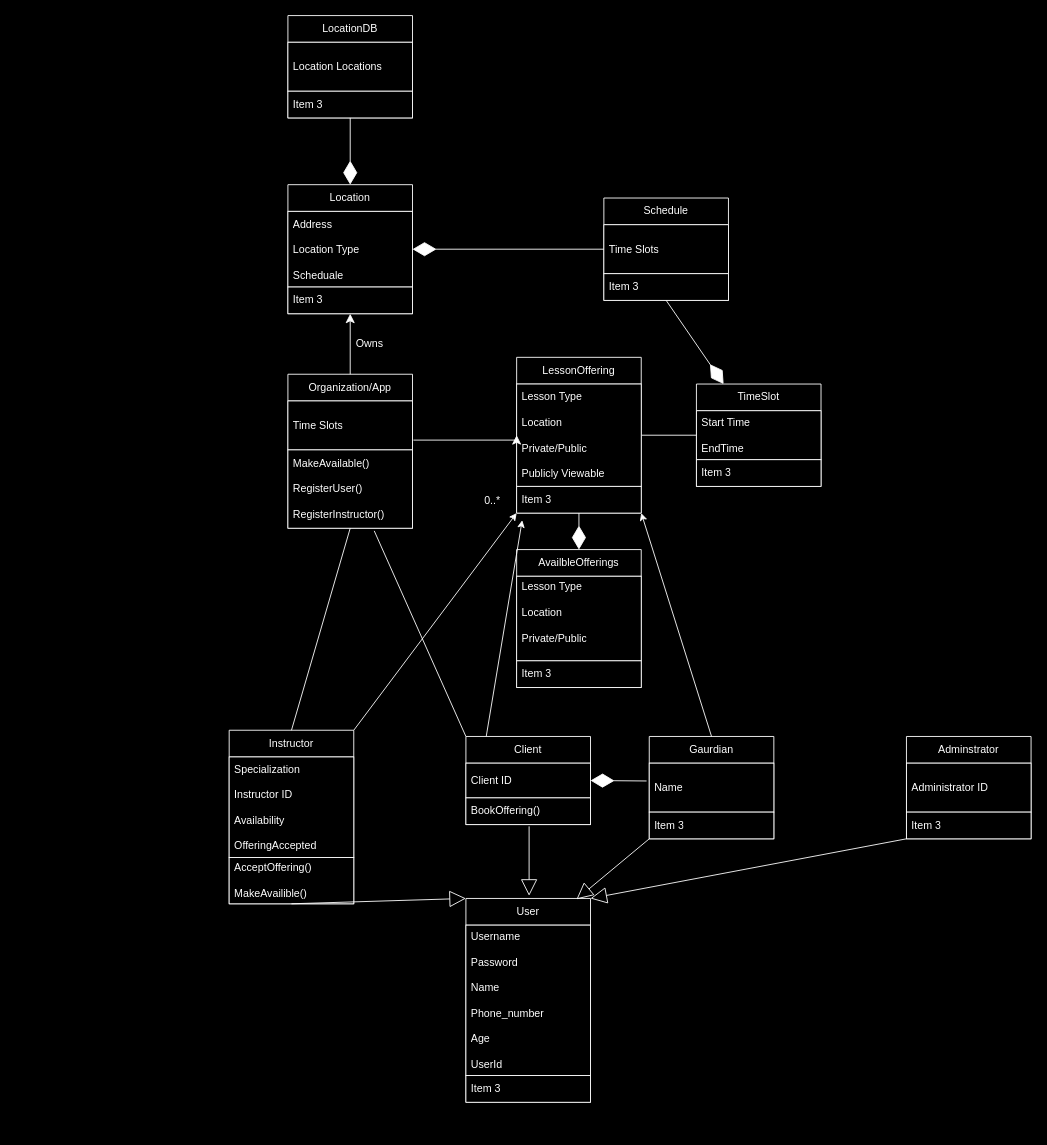
Above: class_diagram.drawio in matdavid7272/342project (draw.io), before the change. Source tidied: cells renumbered, new cells numbered last; positions are measured from the earlier drawing's top-left corner, leaving out a move shared by most shapes. Both pictures are drawn from the tidied source at 89%, with x=0, y=0 at pixel (229, 15).
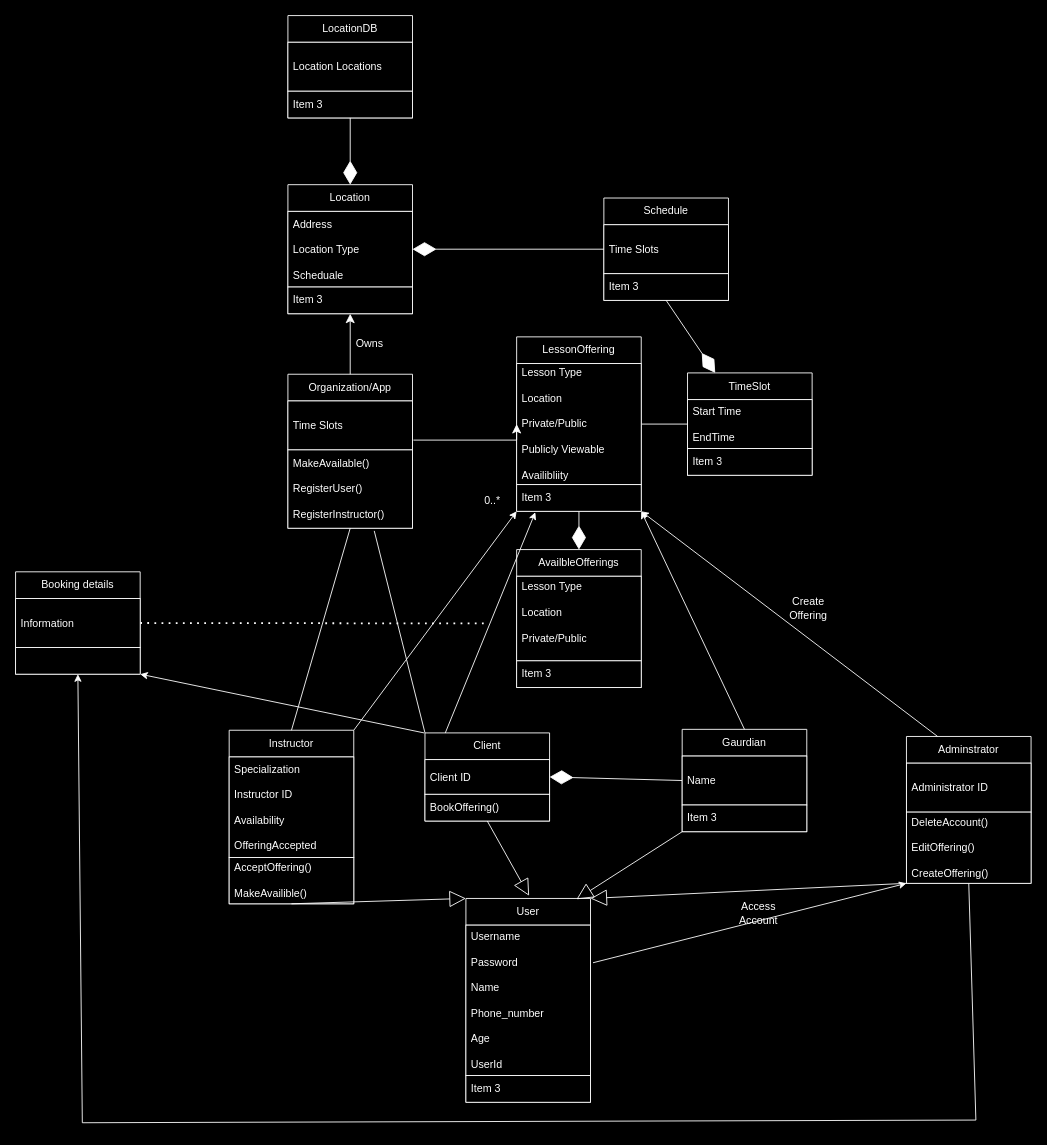
The same diagram, later.

The change refers to these unchanged cells:
```xml
<mxCell id="3" value="&lt;font color=&quot;#ffffff&quot;&gt;Username&lt;/font&gt;&lt;div&gt;&lt;font color=&quot;#ffffff&quot;&gt;&lt;br&gt;&lt;/font&gt;&lt;div&gt;&lt;font color=&quot;#ffffff&quot;&gt;Password&lt;/font&gt;&lt;/div&gt;&lt;/div&gt;&lt;div&gt;&lt;font color=&quot;#ffffff&quot;&gt;&lt;br&gt;&lt;/font&gt;&lt;/div&gt;&lt;div&gt;&lt;font color=&quot;#ffffff&quot;&gt;Name&lt;/font&gt;&lt;/div&gt;&lt;div&gt;&lt;font color=&quot;#ffffff&quot;&gt;&lt;br&gt;&lt;/font&gt;&lt;/div&gt;&lt;div&gt;&lt;font color=&quot;#ffffff&quot;&gt;Phone_number&lt;/font&gt;&lt;/div&gt;&lt;div&gt;&lt;font color=&quot;#ffffff&quot;&gt;&lt;br&gt;&lt;/font&gt;&lt;/div&gt;&lt;div&gt;&lt;font color=&quot;#ffffff&quot;&gt;Age&lt;/font&gt;&lt;/div&gt;&lt;div&gt;&lt;font color=&quot;#ffffff&quot;&gt;&lt;br&gt;&lt;/font&gt;&lt;/div&gt;&lt;div&gt;&lt;font color=&quot;#ffffff&quot;&gt;UserId&lt;/font&gt;&lt;/div&gt;" style="text;strokeColor=#FFFFFF;fillColor=#000000;align=left;verticalAlign=middle;spacingLeft=4;spacingRight=4;overflow=hidden;points=[[0,0.5],[1,0.5]];portConstraint=eastwest;whiteSpace=wrap;html=1;" parent="2" vertex="1">
  <mxGeometry y="30" width="140" height="169" as="geometry" />
</mxCell>
<mxCell id="19" value="&lt;font color=&quot;#ffffff&quot;&gt;Name&lt;/font&gt;" style="text;strokeColor=#FFFFFF;fillColor=#000000;align=left;verticalAlign=middle;spacingLeft=4;spacingRight=4;overflow=hidden;points=[[0,0.5],[1,0.5]];portConstraint=eastwest;whiteSpace=wrap;html=1;" parent="18" vertex="1">
  <mxGeometry y="30" width="140" height="55" as="geometry" />
</mxCell>
<mxCell id="48" value="&lt;font style=&quot;background-color: rgb(0, 0, 0);&quot; color=&quot;#ffffff&quot;&gt;0..*&lt;/font&gt;" style="text;whiteSpace=wrap;html=1;" parent="1" vertex="1">
  <mxGeometry x="285" y="531" width="59" height="36" as="geometry" />
</mxCell>
```

Change to the diagram source:
```diff
@@
     <mxCell id="5" value="&lt;font color=&quot;#ffffff&quot;&gt;Client&lt;/font&gt;" style="swimlane;fontStyle=0;horizontal=1;startSize=30;whiteSpace=wrap;html=1;strokeColor=#FFFFFF;fillColor=#000000;" parent="1" vertex="1">
-      <mxGeometry x="266" y="810" width="140" height="99" as="geometry" />
+      <mxGeometry x="220" y="806" width="140" height="99" as="geometry" />
     </mxCell>
@@
-    <mxCell id="8" style="endArrow=block;endSize=16;endFill=0;html=1;rounded=0;entryX=0.5;entryY=0;entryDx=0;entryDy=0;exitX=0.5;exitY=1;exitDx=0;exitDy=0;strokeColor=#FFFFFF;" parent="1" edge="1">
+    <mxCell id="8" style="endArrow=block;endSize=16;endFill=0;html=1;rounded=0;entryX=0.5;entryY=0;entryDx=0;entryDy=0;exitX=0.5;exitY=1;exitDx=0;exitDy=0;strokeColor=#FFFFFF;" parent="1" edge="1" source="5">
       <mxGeometry relative="1" as="geometry">
-        <mxPoint x="337" y="911" as="sourcePoint" />
         <mxPoint x="337" y="989" as="targetPoint" />
       </mxGeometry>
     </mxCell>
@@
     <mxCell id="13" value="&lt;font color=&quot;#ffffff&quot;&gt;Adminstrator&lt;/font&gt;" style="swimlane;fontStyle=0;horizontal=1;startSize=30;whiteSpace=wrap;html=1;strokeColor=#FFFFFF;fillColor=#000000;" parent="1" vertex="1">
-      <mxGeometry x="761" y="810" width="140" height="115" as="geometry" />
+      <mxGeometry x="761" y="810" width="140" height="165" as="geometry" />
     </mxCell>
@@
-    <mxCell id="15" value="&lt;font style=&quot;background-color: rgb(0, 0, 0);&quot; color=&quot;#ffffff&quot;&gt;Item 3&lt;/font&gt;" style="text;strokeColor=#FFFFFF;fillColor=#000000;align=left;verticalAlign=middle;spacingLeft=4;spacingRight=4;overflow=hidden;whiteSpace=wrap;html=1;" parent="13" vertex="1">
-      <mxGeometry y="85" width="140" height="30" as="geometry" />
+    <mxCell id="15" value="&lt;font style=&quot;background-color: rgb(0, 0, 0);&quot; color=&quot;#ffffff&quot;&gt;DeleteAccount()&lt;/font&gt;&lt;div&gt;&lt;font style=&quot;background-color: rgb(0, 0, 0);&quot; color=&quot;#ffffff&quot;&gt;&lt;br&gt;&lt;/font&gt;&lt;/div&gt;&lt;div&gt;&lt;font style=&quot;background-color: rgb(0, 0, 0);&quot; color=&quot;#ffffff&quot;&gt;EditOffering()&lt;/font&gt;&lt;/div&gt;&lt;div&gt;&lt;font style=&quot;background-color: rgb(0, 0, 0);&quot; color=&quot;#ffffff&quot;&gt;&lt;br&gt;&lt;/font&gt;&lt;/div&gt;&lt;div&gt;&lt;font style=&quot;background-color: rgb(0, 0, 0);&quot; color=&quot;#ffffff&quot;&gt;CreateOffering()&lt;/font&gt;&lt;/div&gt;" style="text;strokeColor=#FFFFFF;fillColor=#000000;align=left;verticalAlign=middle;spacingLeft=4;spacingRight=4;overflow=hidden;whiteSpace=wrap;html=1;" parent="13" vertex="1">
+      <mxGeometry y="85" width="140" height="80" as="geometry" />
     </mxCell>
@@
-    <mxCell id="17" style="endArrow=diamondThin;endFill=1;endSize=24;html=1;rounded=0;entryX=1;entryY=0.5;entryDx=0;entryDy=0;strokeColor=#FFFFFF;" parent="1" edge="1" target="5">
-      <mxGeometry relative="1" as="geometry">
-        <mxPoint x="469" y="860" as="sourcePoint" />
-      </mxGeometry>
+    <mxCell id="17" style="endArrow=diamondThin;endFill=1;endSize=24;html=1;rounded=0;entryX=1;entryY=0.5;entryDx=0;entryDy=0;strokeColor=#FFFFFF;exitX=0;exitY=0.5;exitDx=0;exitDy=0;" parent="1" edge="1" source="19" target="5">
+      <mxGeometry relative="1" as="geometry" />
     </mxCell>
     <mxCell id="18" value="&lt;font color=&quot;#ffffff&quot;&gt;Gaurdian&lt;/font&gt;" style="swimlane;fontStyle=0;horizontal=1;startSize=30;whiteSpace=wrap;html=1;strokeColor=#FFFFFF;fillColor=#000000;" parent="1" vertex="1">
-      <mxGeometry x="472" y="810" width="140" height="115" as="geometry" />
+      <mxGeometry x="509" y="802" width="140" height="115" as="geometry" />
     </mxCell>
@@
     <mxCell id="38" value="&lt;font color=&quot;#ffffff&quot;&gt;TimeSlot&lt;/font&gt;" style="swimlane;fontStyle=0;horizontal=1;startSize=30;whiteSpace=wrap;html=1;strokeColor=#FFFFFF;fillColor=#000000;" parent="1" vertex="1">
-      <mxGeometry x="525" y="414" width="140" height="115" as="geometry" />
+      <mxGeometry x="515" y="401.5" width="140" height="115" as="geometry" />
     </mxCell>
@@
     <mxCell id="42" value="&lt;font color=&quot;#ffffff&quot;&gt;LessonOffering&lt;/font&gt;" style="swimlane;fontStyle=0;horizontal=1;startSize=30;whiteSpace=wrap;html=1;strokeColor=#FFFFFF;fillColor=#000000;" parent="1" vertex="1">
-      <mxGeometry x="323" y="384" width="140" height="175" as="geometry" />
+      <mxGeometry x="323" y="361" width="140" height="196" as="geometry" />
     </mxCell>
-    <mxCell id="43" value="&lt;font color=&quot;#ffffff&quot;&gt;Lesson Type&lt;/font&gt;&lt;div&gt;&lt;font color=&quot;#ffffff&quot;&gt;&lt;br&gt;&lt;/font&gt;&lt;/div&gt;&lt;div&gt;&lt;font color=&quot;#ffffff&quot;&gt;Location&lt;/font&gt;&lt;/div&gt;&lt;div&gt;&lt;font color=&quot;#ffffff&quot;&gt;&lt;br&gt;&lt;/font&gt;&lt;/div&gt;&lt;div&gt;&lt;font color=&quot;#ffffff&quot;&gt;Private/Public&lt;/font&gt;&lt;/div&gt;&lt;div&gt;&lt;font color=&quot;#ffffff&quot;&gt;&lt;br&gt;&lt;/font&gt;&lt;/div&gt;&lt;div&gt;&lt;font color=&quot;#ffffff&quot;&gt;Publicly Viewable&lt;/font&gt;&lt;/div&gt;" style="text;strokeColor=#FFFFFF;fillColor=#000000;align=left;verticalAlign=middle;spacingLeft=4;spacingRight=4;overflow=hidden;points=[[0,0.5],[1,0.5]];portConstraint=eastwest;whiteSpace=wrap;html=1;" parent="42" vertex="1">
-      <mxGeometry y="30" width="140" height="115" as="geometry" />
+    <mxCell id="43" value="&lt;font color=&quot;#ffffff&quot;&gt;Lesson Type&lt;/font&gt;&lt;div&gt;&lt;font color=&quot;#ffffff&quot;&gt;&lt;br&gt;&lt;/font&gt;&lt;/div&gt;&lt;div&gt;&lt;font color=&quot;#ffffff&quot;&gt;Location&lt;/font&gt;&lt;/div&gt;&lt;div&gt;&lt;font color=&quot;#ffffff&quot;&gt;&lt;br&gt;&lt;/font&gt;&lt;/div&gt;&lt;div&gt;&lt;font color=&quot;#ffffff&quot;&gt;Private/Public&lt;/font&gt;&lt;/div&gt;&lt;div&gt;&lt;font color=&quot;#ffffff&quot;&gt;&lt;br&gt;&lt;/font&gt;&lt;/div&gt;&lt;div&gt;&lt;font color=&quot;#ffffff&quot;&gt;Publicly Viewable&lt;/font&gt;&lt;/div&gt;&lt;div&gt;&lt;font color=&quot;#ffffff&quot;&gt;&lt;br&gt;&lt;/font&gt;&lt;/div&gt;&lt;div&gt;&lt;font color=&quot;#ffffff&quot;&gt;Availibliity&lt;/font&gt;&lt;/div&gt;" style="text;strokeColor=#FFFFFF;fillColor=#000000;align=left;verticalAlign=middle;spacingLeft=4;spacingRight=4;overflow=hidden;points=[[0,0.5],[1,0.5]];portConstraint=eastwest;whiteSpace=wrap;html=1;" parent="42" vertex="1">
+      <mxGeometry y="30" width="140" height="136" as="geometry" />
     </mxCell>
     <mxCell id="44" value="&lt;font style=&quot;background-color: rgb(0, 0, 0);&quot; color=&quot;#ffffff&quot;&gt;Item 3&lt;/font&gt;" style="text;strokeColor=#FFFFFF;fillColor=#000000;align=left;verticalAlign=middle;spacingLeft=4;spacingRight=4;overflow=hidden;whiteSpace=wrap;html=1;" parent="42" vertex="1">
-      <mxGeometry y="145" width="140" height="30" as="geometry" />
+      <mxGeometry y="166" width="140" height="30" as="geometry" />
     </mxCell>
@@
-    <mxCell id="54" style="endArrow=classic;html=1;rounded=0;strokeColor=#FFFFFF;entryX=0.75;entryY=1;entryDx=0;entryDy=0;exitX=0.163;exitY=0;exitDx=0;exitDy=0;exitPerimeter=0;" parent="1" edge="1" source="5" target="48">
+    <mxCell id="54" style="endArrow=classic;html=1;rounded=0;strokeColor=#FFFFFF;entryX=1;entryY=0.75;entryDx=0;entryDy=0;exitX=0.163;exitY=0;exitDx=0;exitDy=0;exitPerimeter=0;" parent="1" edge="1" source="5" target="48">
       <mxGeometry relative="1" as="geometry" />
     </mxCell>
@@
+    <mxCell id="57" style="endArrow=none;dashed=1;html=1;dashPattern=1 3;strokeWidth=2;rounded=0;strokeColor=#FFFFFF;entryX=1;entryY=0.5;entryDx=0;entryDy=0;" parent="1" edge="1" target="59">
+      <mxGeometry relative="1" as="geometry">
+        <mxPoint x="286" y="683" as="sourcePoint" />
+      </mxGeometry>
+    </mxCell>
+    <mxCell id="58" value="&lt;font color=&quot;#ffffff&quot;&gt;Booking details&lt;/font&gt;" style="swimlane;fontStyle=0;horizontal=1;startSize=30;whiteSpace=wrap;html=1;strokeColor=#FFFFFF;fillColor=#000000;" parent="1" vertex="1">
+      <mxGeometry x="-240" y="625" width="140" height="115" as="geometry" />
+    </mxCell>
+    <mxCell id="59" value="&lt;font color=&quot;#ffffff&quot;&gt;Information&lt;/font&gt;" style="text;strokeColor=#FFFFFF;fillColor=#000000;align=left;verticalAlign=middle;spacingLeft=4;spacingRight=4;overflow=hidden;points=[[0,0.5],[1,0.5]];portConstraint=eastwest;whiteSpace=wrap;html=1;" parent="58" vertex="1">
+      <mxGeometry y="30" width="140" height="55" as="geometry" />
+    </mxCell>
+    <mxCell id="60" style="text;strokeColor=#FFFFFF;fillColor=#000000;align=left;verticalAlign=middle;spacingLeft=4;spacingRight=4;overflow=hidden;whiteSpace=wrap;html=1;" parent="58" vertex="1">
+      <mxGeometry y="85" width="140" height="30" as="geometry" />
+    </mxCell>
+    <mxCell id="61" style="endArrow=classic;html=1;rounded=0;strokeColor=#FFFFFF;entryX=0.5;entryY=1;entryDx=0;entryDy=0;exitX=0.5;exitY=1;exitDx=0;exitDy=0;" parent="1" edge="1" source="13" target="58">
+      <mxGeometry relative="1" as="geometry">
+        <Array as="points">
+          <mxPoint x="839" y="1241" />
+          <mxPoint x="-165" y="1244" />
+        </Array>
+      </mxGeometry>
+    </mxCell>
+    <mxCell id="62" style="endArrow=classic;html=1;rounded=0;strokeColor=#FFFFFF;entryX=1;entryY=1;entryDx=0;entryDy=0;" parent="1" edge="1" target="58">
+      <mxGeometry relative="1" as="geometry">
+        <mxPoint x="219" y="806" as="sourcePoint" />
+      </mxGeometry>
+    </mxCell>
+    <mxCell id="63" style="endArrow=classic;html=1;rounded=0;exitX=1.02;exitY=0.25;exitDx=0;exitDy=0;exitPerimeter=0;entryX=0;entryY=1;entryDx=0;entryDy=0;strokeColor=#FFFFFF;" parent="1" edge="1" source="3" target="13">
+      <mxGeometry relative="1" as="geometry" />
+    </mxCell>
+    <mxCell id="64" value="&lt;font color=&quot;#ffffff&quot;&gt;Access Account&lt;/font&gt;" style="text;html=1;align=center;verticalAlign=middle;whiteSpace=wrap;rounded=0;" parent="1" vertex="1">
+      <mxGeometry x="565" y="994" width="60" height="30" as="geometry" />
+    </mxCell>
+    <mxCell id="65" style="endArrow=classic;html=1;rounded=0;strokeColor=#FFFFFF;entryX=1;entryY=1;entryDx=0;entryDy=0;exitX=0.25;exitY=0;exitDx=0;exitDy=0;" parent="1" edge="1" source="13" target="42">
+      <mxGeometry relative="1" as="geometry" />
+    </mxCell>
+    <mxCell id="66" value="&lt;font color=&quot;#ffffff&quot;&gt;Create Offering&lt;/font&gt;" style="text;html=1;align=center;verticalAlign=middle;whiteSpace=wrap;rounded=0;" parent="1" vertex="1">
+      <mxGeometry x="621" y="651" width="60" height="30" as="geometry" />
+    </mxCell>
```
